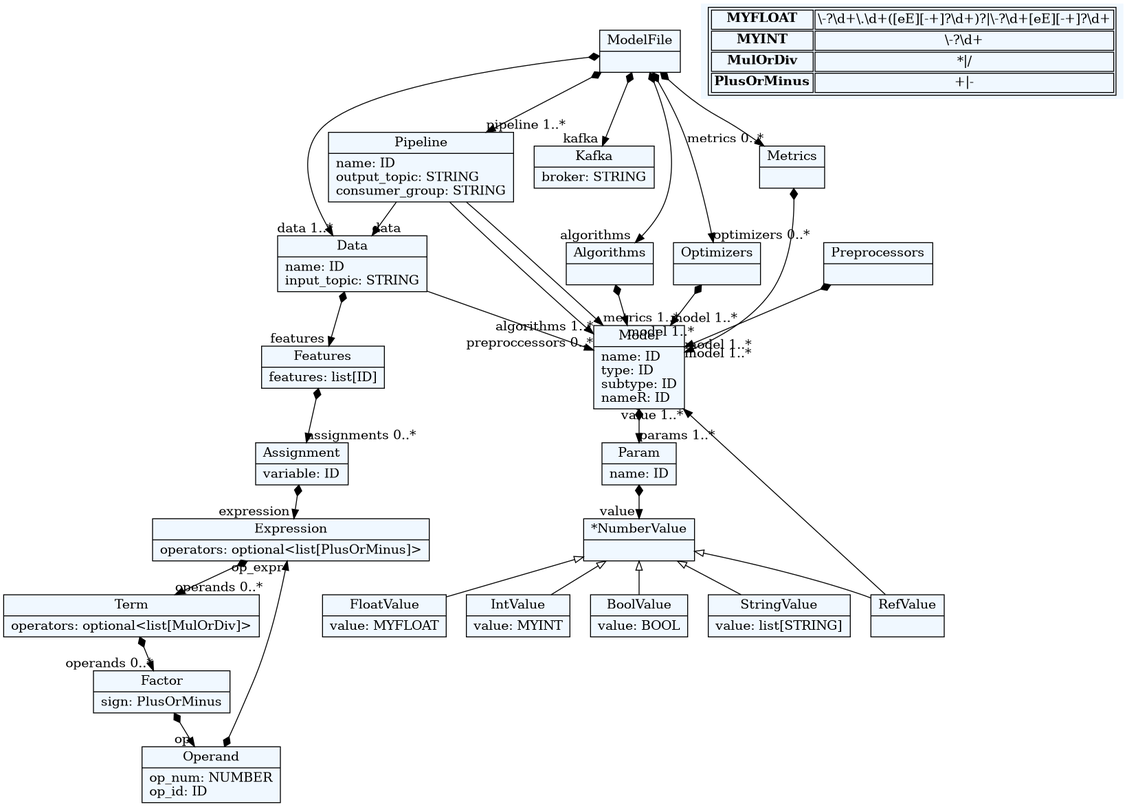
This is beaver/beaver.dot.png from deepblue597/beaver, a Graphviz export, as it was before one commit. Its source is kept beside it as beaver/beaver.dot.
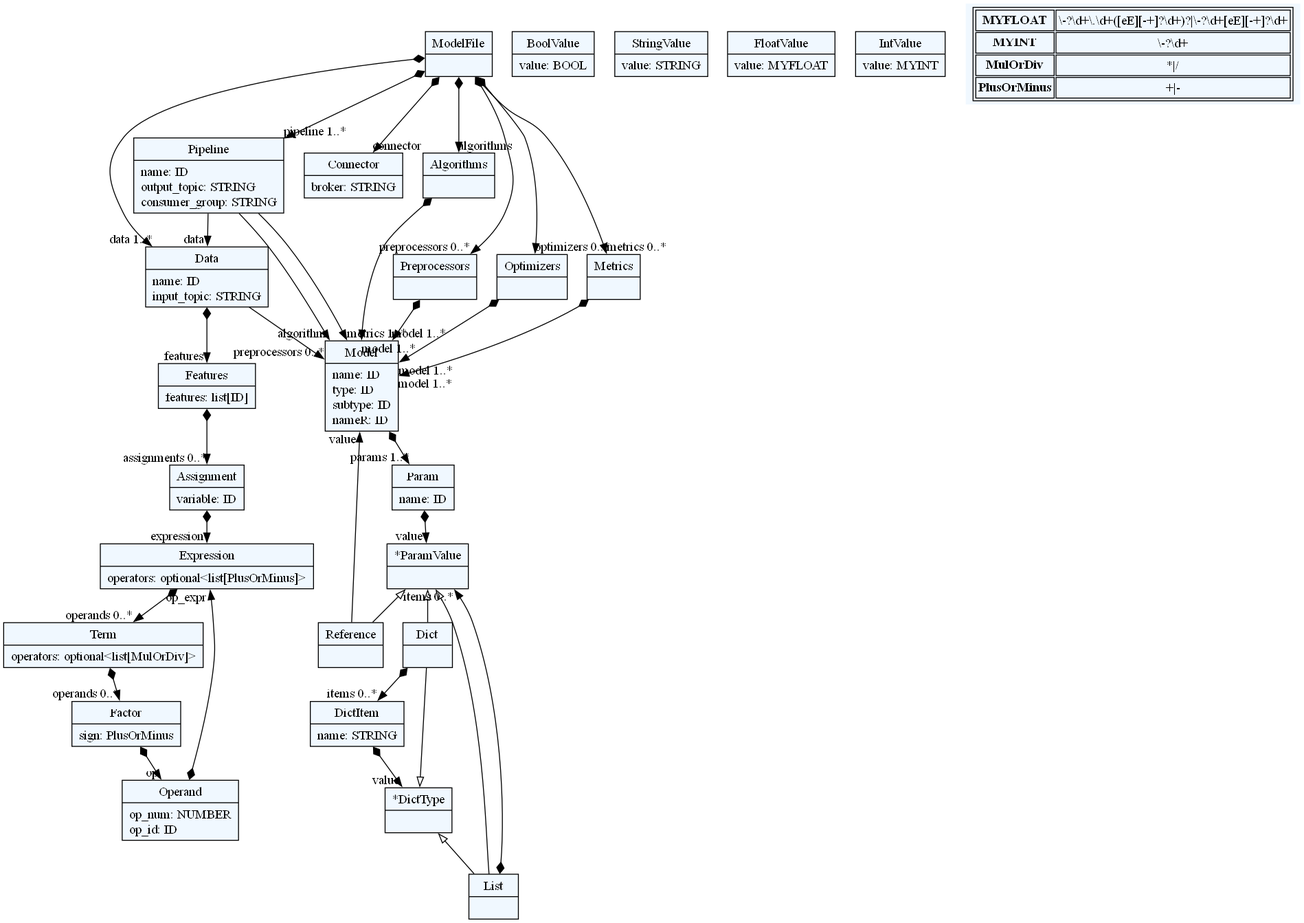
The same file after the commit.

Commit message:
beaver grammar ver 0.0.1

The edit, as a diff of the source:
```diff
@@ -10,88 +10,86 @@
     edge[dir=black,arrowtail=empty]
 
 
-131683838011168[ label="{ModelFile|}"]
+1648031280416[ label="{ModelFile|}"]
 
-131683838002000[ label="{Pipeline|name: ID\loutput_topic: STRING\lconsumer_group: STRING\l}"]
+1648031281088[ label="{Pipeline|name: ID\loutput_topic: STRING\lconsumer_group: STRING\l}"]
 
-131683845880000[ label="{Data|name: ID\linput_topic: STRING\l}"]
+1648031279216[ label="{Data|name: ID\linput_topic: STRING\l}"]
 
-131683837616512[ label="{Kafka|broker: STRING\l}"]
+1648031278784[ label="{Connector|broker: STRING\l}"]
 
-131683837624240[ label="{Algorithms|}"]
+1648031278832[ label="{Algorithms|}"]
 
-131683837621648[ label="{Preprocessors|}"]
+1648031277536[ label="{Preprocessors|}"]
 
-131683837623088[ label="{Optimizers|}"]
+1648031278976[ label="{Optimizers|}"]
 
-131683837624144[ label="{Metrics|}"]
+1648031281856[ label="{Metrics|}"]
 
-131683837616800[ label="{Model|name: ID\ltype: ID\lsubtype: ID\lnameR: ID\l}"]
+1648031280752[ label="{Model|name: ID\ltype: ID\lsubtype: ID\lnameR: ID\l}"]
 
-131683837615648[ label="{Param|name: ID\l}"]
+1648031279264[ label="{Param|name: ID\l}"]
 
-131683837613104[ label="{*NumberValue|}"]
+1648031279360[ label="{List|}"]
 
-131683837613008[ label="{RefValue|}"]
+1648031279408[ label="{*ParamValue|}"]
 
-131683837610896[ label="{BoolValue|value: BOOL\l}"]
+1648031279504[ label="{Dict|}"]
 
-131683839356528[ label="{StringValue|value: list[STRING]\l}"]
+1648031279600[ label="{DictItem|name: STRING\l}"]
 
-131683839360992[ label="{FloatValue|value: MYFLOAT\l}"]
+1648031279696[ label="{*DictType|}"]
 
-131683839356432[ label="{IntValue|value: MYINT\l}"]
+1648031279792[ label="{Reference|}"]
 
-131683838215328[ label="{Features|features: list[ID]\l}"]
+1648031279888[ label="{Features|features: list[ID]\l}"]
 
-131683838214704[ label="{Assignment|variable: ID\l}"]
+1648031280896[ label="{Assignment|variable: ID\l}"]
 
-131683838214224[ label="{Expression|operators: optional\<list[PlusOrMinus]\>\l}"]
+1647994350832[ label="{Expression|operators: optional\<list[PlusOrMinus]\>\l}"]
 
-131683838214416[ label="{Term|operators: optional\<list[MulOrDiv]\>\l}"]
+1648031282240[ label="{Term|operators: optional\<list[MulOrDiv]\>\l}"]
 
-131683838215040[ label="{Factor|sign: PlusOrMinus\l}"]
+1648031282672[ label="{Factor|sign: PlusOrMinus\l}"]
 
-131683838215136[ label="{Operand|op_num: NUMBER\lop_id: ID\l}"]
+1648031282768[ label="{Operand|op_num: NUMBER\lop_id: ID\l}"]
 
 
 
-131683838011168 -> 131683838002000[arrowtail=diamond, dir=both, headlabel="pipeline 1..*"]
-131683838011168 -> 131683837616512[arrowtail=diamond, dir=both, headlabel="kafka "]
-131683838011168 -> 131683845880000[arrowtail=diamond, dir=both, headlabel="data 1..*"]
-131683838011168 -> 131683837624240[arrowtail=diamond, dir=both, headlabel="algorithms "]
-131683838011168 -> 131683837623088[arrowtail=diamond, dir=both, headlabel="optimizers 0..*"]
-131683838011168 -> 131683837624144[arrowtail=diamond, dir=both, headlabel="metrics 0..*"]
-131683838002000 -> 131683845880000[headlabel="data "]
-131683838002000 -> 131683837616800[headlabel="algorithms 1..*"]
-131683838002000 -> 131683837616800[headlabel="metrics 1..*"]
-131683845880000 -> 131683838215328[arrowtail=diamond, dir=both, headlabel="features "]
-131683845880000 -> 131683837616800[headlabel="preproccessors 0..*"]
-131683837624240 -> 131683837616800[arrowtail=diamond, dir=both, headlabel="model 1..*"]
-131683837621648 -> 131683837616800[arrowtail=diamond, dir=both, headlabel="model 1..*"]
-131683837623088 -> 131683837616800[arrowtail=diamond, dir=both, headlabel="model 1..*"]
-131683837624144 -> 131683837616800[arrowtail=diamond, dir=both, headlabel="model 1..*"]
-131683837616800 -> 131683837615648[arrowtail=diamond, dir=both, headlabel="params 1..*"]
-131683837615648 -> 131683837613104[arrowtail=diamond, dir=both, headlabel="value "]
-131683837613104 -> 131683839360992 [dir=back]
-131683837613104 -> 131683839356432 [dir=back]
-131683837613104 -> 131683839356528 [dir=back]
-131683837613104 -> 131683837610896 [dir=back]
-131683837613104 -> 131683837613008 [dir=back]
-131683837613008 -> 131683837616800[headlabel="value 1..*"]
-131683838215328 -> 131683838214704[arrowtail=diamond, dir=both, headlabel="assignments 0..*"]
-131683838214704 -> 131683838214224[arrowtail=diamond, dir=both, headlabel="expression "]
-131683838214224 -> 131683838214416[arrowtail=diamond, dir=both, headlabel="operands 0..*"]
-131683838214416 -> 131683838215040[arrowtail=diamond, dir=both, headlabel="operands 0..*"]
-131683838215040 -> 131683838215136[arrowtail=diamond, dir=both, headlabel="op "]
-131683838215136 -> 131683838214224[arrowtail=diamond, dir=both, headlabel="op_expr "]
+1648031280416 -> 1648031281088[arrowtail=diamond, dir=both, headlabel="pipeline 1..*"]
+1648031280416 -> 1648031278784[arrowtail=diamond, dir=both, headlabel="connector "]
+1648031280416 -> 1648031279216[arrowtail=diamond, dir=both, headlabel="data 1..*"]
+1648031280416 -> 1648031277536[arrowtail=diamond, dir=both, headlabel="preprocessors 0..*"]
+1648031280416 -> 1648031278832[arrowtail=diamond, dir=both, headlabel="algorithms "]
+1648031280416 -> 1648031278976[arrowtail=diamond, dir=both, headlabel="optimizers 0..*"]
+1648031280416 -> 1648031281856[arrowtail=diamond, dir=both, headlabel="metrics 0..*"]
+1648031281088 -> 1648031279216[headlabel="data "]
+1648031281088 -> 1648031280752[headlabel="algorithm "]
+1648031281088 -> 1648031280752[headlabel="metrics 1..*"]
+1648031279216 -> 1648031279888[arrowtail=diamond, dir=both, headlabel="features "]
+1648031279216 -> 1648031280752[headlabel="preprocessors 0..*"]
+1648031278832 -> 1648031280752[arrowtail=diamond, dir=both, headlabel="model 1..*"]
+1648031277536 -> 1648031280752[arrowtail=diamond, dir=both, headlabel="model 1..*"]
+1648031278976 -> 1648031280752[arrowtail=diamond, dir=both, headlabel="model 1..*"]
+1648031281856 -> 1648031280752[arrowtail=diamond, dir=both, headlabel="model 1..*"]
+1648031280752 -> 1648031279264[arrowtail=diamond, dir=both, headlabel="params 1..*"]
+1648031279264 -> 1648031279408[arrowtail=diamond, dir=both, headlabel="value "]
+1648031279360 -> 1648031279408[arrowtail=diamond, dir=both, headlabel="items 0..*"]
+1648031279408 -> 1648031279792 [dir=back]
+1648031279408 -> 1648031279360 [dir=back]
+1648031279408 -> 1648031279504 [dir=back]
+1648031279504 -> 1648031279600[arrowtail=diamond, dir=both, headlabel="items 0..*"]
+1648031279600 -> 1648031279696[arrowtail=diamond, dir=both, headlabel="value "]
+1648031279696 -> 1648031279504 [dir=back]
+1648031279696 -> 1648031279360 [dir=back]
+1648031279792 -> 1648031280752[headlabel="value "]
+1648031279888 -> 1648031280896[arrowtail=diamond, dir=both, headlabel="assignments 0..*"]
+1648031280896 -> 1647994350832[arrowtail=diamond, dir=both, headlabel="expression "]
+1647994350832 -> 1648031282240[arrowtail=diamond, dir=both, headlabel="operands 0..*"]
+1648031282240 -> 1648031282672[arrowtail=diamond, dir=both, headlabel="operands 0..*"]
+1648031282672 -> 1648031282768[arrowtail=diamond, dir=both, headlabel="op "]
+1648031282768 -> 1647994350832[arrowtail=diamond, dir=both, headlabel="op_expr "]
 match_rules [ shape=plaintext, label=< <table>
-	<tr>
-		<td><b>MYFLOAT</b></td><td>\-?\d+\.\d+([eE][-+]?\d+)?|\-?\d+[eE][-+]?\d+</td>
-	</tr>
-	<tr>
-		<td><b>MYINT</b></td><td>\-?\d+</td>
-	</tr>
 	<tr>
 		<td><b>MulOrDiv</b></td><td>*|/</td>
 	</tr>
```
